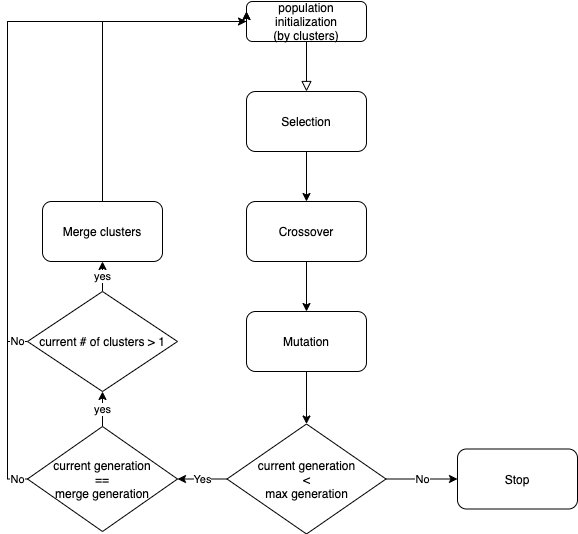
Earlier version of the draw.io export tsp/images/overall algorithm block diagram.png (SeongwoongCho/cs454-tsp-ga). Source tidied: cells renumbered, new cells last; positions are measured from the earlier drawing's top-left corner, leaving out a move shared by most shapes.
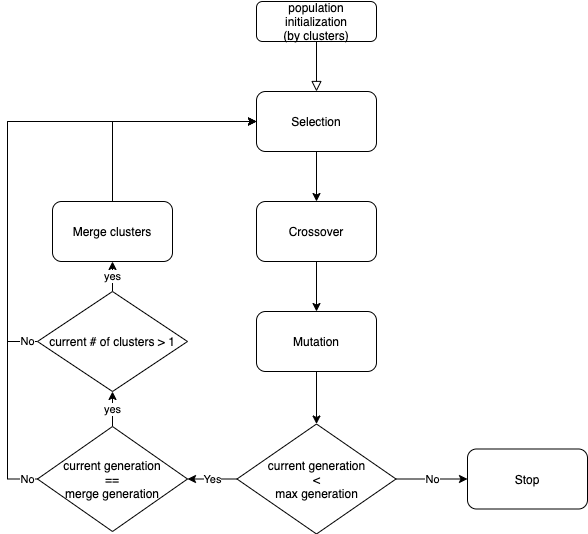
After the commit.

Diff of the diagram source:
```diff
@@ -43,40 +43,38 @@
     <mxCell id="14" value="yes" style="edgeStyle=orthogonalEdgeStyle;rounded=0;jettySize=auto;html=1;" parent="1" edge="1" source="16" target="21">
       <mxGeometry relative="1" as="geometry" />
     </mxCell>
-    <mxCell id="15" value="No" style="edgeStyle=orthogonalEdgeStyle;rounded=0;jettySize=auto;html=1;entryX=0;entryY=0.25;entryDx=0;entryDy=0;" parent="1" edge="1" source="16" target="3">
-      <mxGeometry x="-0.97" relative="1" as="geometry">
-        <Array as="points">
-          <mxPoint y="478" />
-          <mxPoint y="20" />
-          <mxPoint x="239" y="20" />
-        </Array>
-      </mxGeometry>
-    </mxCell>
+    <mxCell id="22" value="No" style="edgeStyle=orthogonalEdgeStyle;rounded=0;jettySize=auto;html=1;entryX=0;entryY=0.5;entryDx=0;entryDy=0;" parent="1" edge="1" source="16" target="5">
+      <mxGeometry x="-0.97" relative="1" as="geometry">
+        <Array as="points">
+          <mxPoint x="-10" y="478" />
+          <mxPoint x="-10" y="120" />
+        </Array>
+      </mxGeometry>
+    </mxCell>
     <mxCell id="16" value="current generation&lt;br&gt;==&lt;br&gt;merge generation" style="rhombus;whiteSpace=wrap;html=1;" parent="1" vertex="1">
       <mxGeometry x="20" y="425" width="150" height="105" as="geometry" />
     </mxCell>
-    <mxCell id="17" style="edgeStyle=orthogonalEdgeStyle;rounded=0;jettySize=auto;html=1;entryX=0;entryY=0.25;entryDx=0;entryDy=0;" parent="1" edge="1" source="18" target="3">
-      <mxGeometry relative="1" as="geometry">
-        <Array as="points">
-          <mxPoint x="95" y="20" />
-          <mxPoint x="239" y="20" />
-        </Array>
-      </mxGeometry>
-    </mxCell>
+    <mxCell id="23" style="edgeStyle=orthogonalEdgeStyle;rounded=0;jettySize=auto;html=1;entryX=0;entryY=0.5;entryDx=0;entryDy=0;" parent="1" edge="1" source="18" target="5">
+      <mxGeometry relative="1" as="geometry">
+        <Array as="points">
+          <mxPoint x="95" y="120" />
+        </Array>
+      </mxGeometry>
+    </mxCell>
     <mxCell id="18" value="Merge clusters" style="rounded=1;whiteSpace=wrap;html=1;" parent="1" vertex="1">
       <mxGeometry x="35" y="200" width="120" height="60" as="geometry" />
     </mxCell>
     <mxCell id="19" value="yes" style="edgeStyle=orthogonalEdgeStyle;rounded=0;jettySize=auto;html=1;" parent="1" edge="1" source="21" target="18">
       <mxGeometry relative="1" as="geometry" />
     </mxCell>
-    <mxCell id="20" value="No" style="edgeStyle=orthogonalEdgeStyle;rounded=0;jettySize=auto;html=1;entryX=0;entryY=0.5;entryDx=0;entryDy=0;" parent="1" edge="1" source="21" target="3">
-      <mxGeometry x="-0.97" relative="1" as="geometry">
-        <Array as="points">
-          <mxPoint y="340" />
-          <mxPoint y="20" />
-        </Array>
-      </mxGeometry>
-    </mxCell>
+    <mxCell id="24" value="No" style="edgeStyle=orthogonalEdgeStyle;rounded=0;jettySize=auto;html=1;entryX=0;entryY=0.5;entryDx=0;entryDy=0;" parent="1" edge="1" source="21" target="5">
+      <mxGeometry x="-0.96" relative="1" as="geometry">
+        <Array as="points">
+          <mxPoint x="-10" y="340" />
+          <mxPoint x="-10" y="120" />
+        </Array>
+      </mxGeometry>
+    </mxCell>
     <mxCell id="21" value="current # of clusters &amp;gt; 1" style="rhombus;whiteSpace=wrap;html=1;" parent="1" vertex="1">
       <mxGeometry x="20" y="290" width="150" height="100" as="geometry" />
     </mxCell>
```
